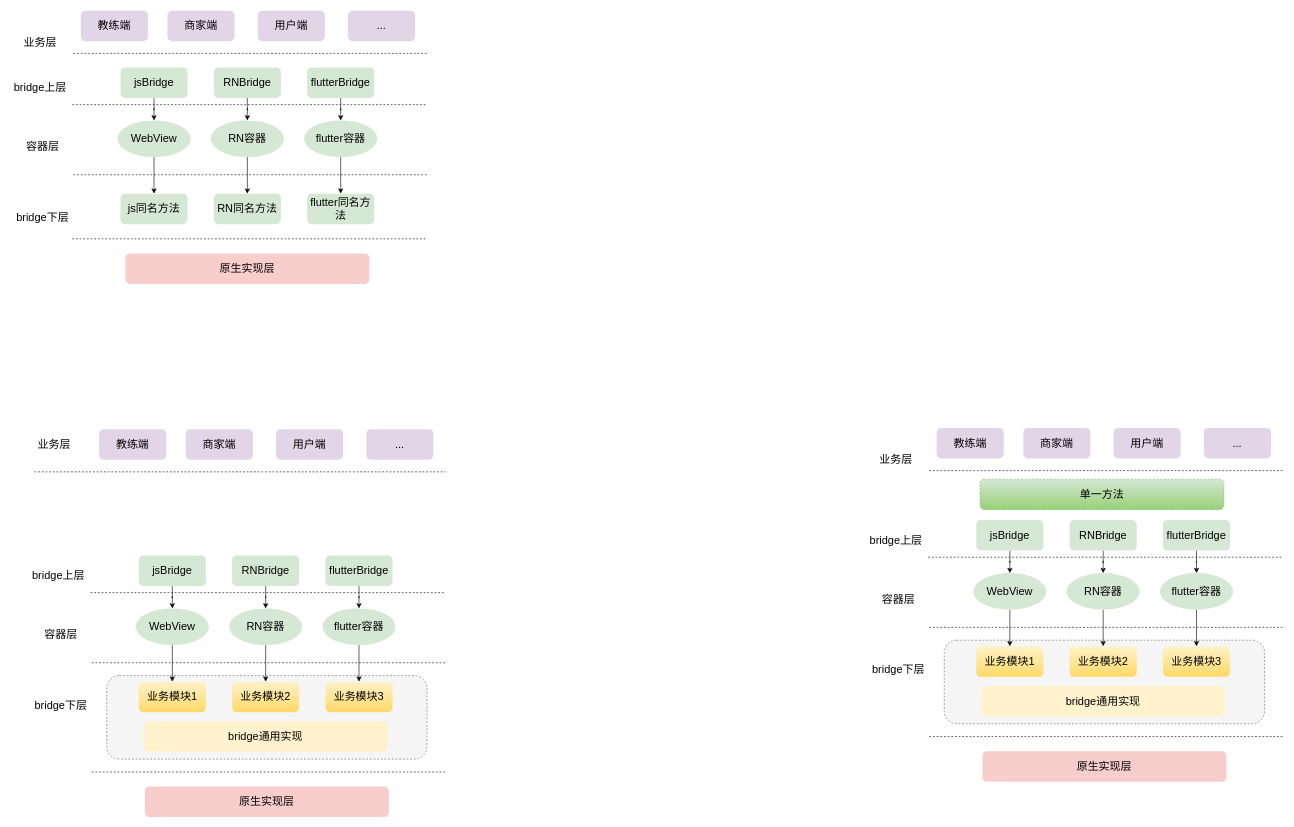
This is page "第 1 页" (1 of 3) of .drawio-chrome/通用bridge.drawio from yyht800/SiGuoYa, a draw.io file, before an edit. Source tidied: cells renumbered, new cells numbered last; positions are measured from the earlier drawing's top-left corner, leaving out a move shared by most shapes. Both pictures are drawn from the tidied source at 61%, with x=0, y=0 at pixel (10, 10).
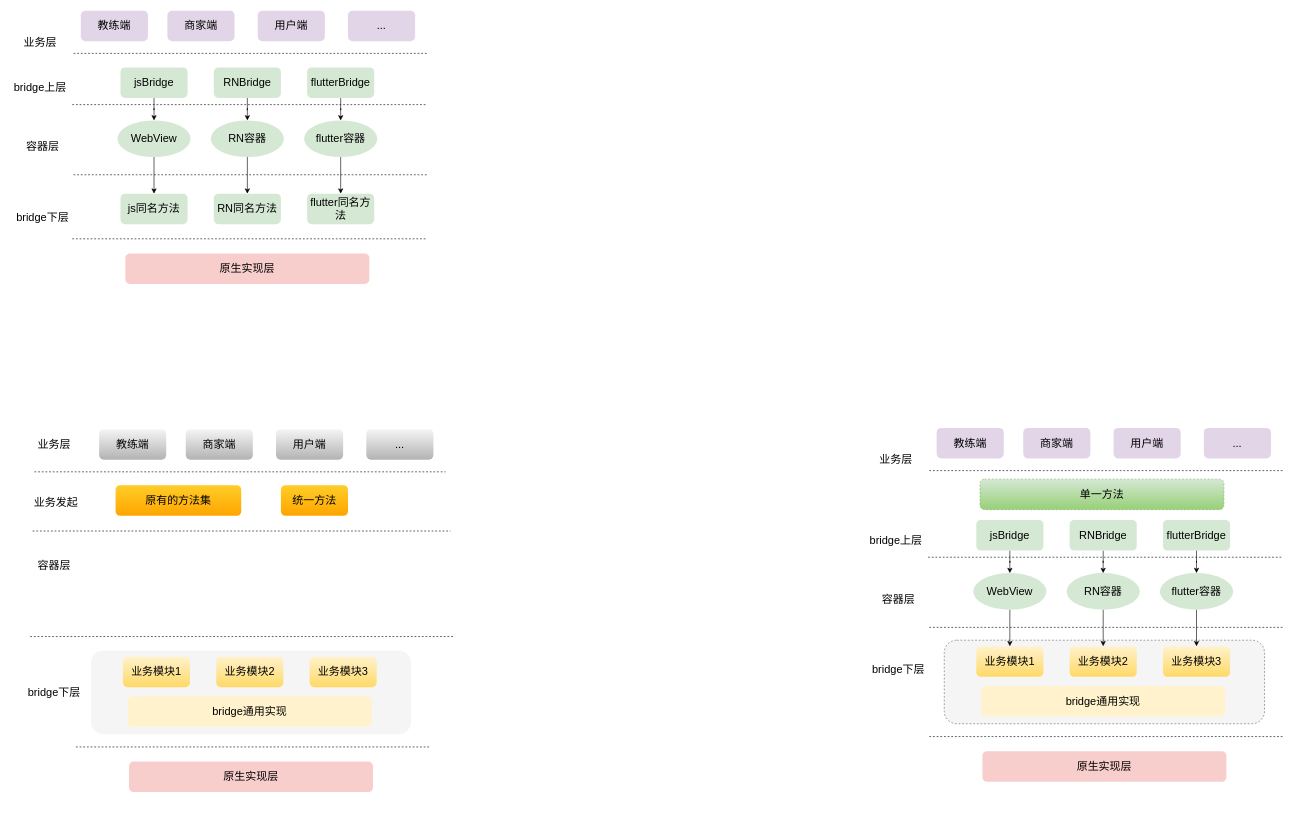
The same diagram, later.

What changed in the source:
```diff
@@
-    <mxCell id="2" style="rounded=1;whiteSpace=wrap;html=1;dashed=1;fontSize=18;strokeWidth=1;fillColor=#f5f5f5;strokeColor=#666666;fontColor=#333333;" parent="1" vertex="1">
-      <mxGeometry x="157.5" y="1090" width="525" height="137" as="geometry" />
+    <mxCell id="2" style="rounded=1;whiteSpace=wrap;html=1;dashed=1;fontSize=18;strokeWidth=1;fillColor=#f5f5f5;strokeColor=none;fontColor=#333333;" parent="1" vertex="1">
+      <mxGeometry x="131.5" y="1049" width="525" height="137" as="geometry" />
     </mxCell>
@@
-    <mxCell id="33" value="教练端" style="rounded=1;whiteSpace=wrap;html=1;dashed=1;fontSize=18;strokeWidth=1;strokeColor=none;fillColor=#e1d5e7;" parent="1" vertex="1">
+    <mxCell id="33" value="教练端" style="rounded=1;whiteSpace=wrap;html=1;dashed=1;fontSize=18;strokeWidth=1;strokeColor=none;fillColor=#f5f5f5;gradientColor=#b3b3b3;" parent="1" vertex="1">
       <mxGeometry x="145" y="686" width="110" height="50" as="geometry" />
     </mxCell>
-    <mxCell id="34" value="商家端" style="rounded=1;whiteSpace=wrap;html=1;dashed=1;fontSize=18;strokeWidth=1;strokeColor=none;fillColor=#e1d5e7;" parent="1" vertex="1">
+    <mxCell id="34" value="商家端" style="rounded=1;whiteSpace=wrap;html=1;dashed=1;fontSize=18;strokeWidth=1;strokeColor=none;fillColor=#f5f5f5;gradientColor=#b3b3b3;" parent="1" vertex="1">
       <mxGeometry x="287" y="686" width="110" height="50" as="geometry" />
     </mxCell>
-    <mxCell id="35" value="用户端" style="rounded=1;whiteSpace=wrap;html=1;dashed=1;fontSize=18;strokeWidth=1;strokeColor=none;fillColor=#e1d5e7;" parent="1" vertex="1">
+    <mxCell id="35" value="用户端" style="rounded=1;whiteSpace=wrap;html=1;dashed=1;fontSize=18;strokeWidth=1;strokeColor=none;fillColor=#f5f5f5;gradientColor=#b3b3b3;" parent="1" vertex="1">
       <mxGeometry x="435" y="686" width="110" height="50" as="geometry" />
     </mxCell>
-    <mxCell id="36" value="..." style="rounded=1;whiteSpace=wrap;html=1;dashed=1;fontSize=18;strokeWidth=1;strokeColor=none;fillColor=#e1d5e7;" parent="1" vertex="1">
+    <mxCell id="36" value="..." style="rounded=1;whiteSpace=wrap;html=1;dashed=1;fontSize=18;strokeWidth=1;strokeColor=none;fillColor=#f5f5f5;gradientColor=#b3b3b3;" parent="1" vertex="1">
       <mxGeometry x="583" y="686" width="110" height="50" as="geometry" />
     </mxCell>
-    <mxCell id="37" value="bridge上层" style="text;html=1;align=center;verticalAlign=middle;strokeColor=none;fillColor=none;fontSize=18;" parent="1" vertex="1">
-      <mxGeometry x="30" y="913" width="96" height="26" as="geometry" />
-    </mxCell>
-    <mxCell id="38" style="line;strokeWidth=1;html=1;dashed=1;" parent="1" vertex="1">
-      <mxGeometry x="131" y="949" width="580" height="10" as="geometry" />
-    </mxCell>
-    <mxCell id="39" style="edgeStyle=orthogonalEdgeStyle;rounded=0;jettySize=auto;html=1;fontSize=18;startArrow=none;startFill=0;" parent="1" edge="1" source="40" target="46">
-      <mxGeometry relative="1" as="geometry" />
-    </mxCell>
-    <mxCell id="40" value="jsBridge" style="rounded=1;whiteSpace=wrap;html=1;dashed=1;fontSize=18;strokeWidth=1;strokeColor=none;fillColor=#d5e8d4;" parent="1" vertex="1">
-      <mxGeometry x="210" y="893" width="110" height="50" as="geometry" />
-    </mxCell>
-    <mxCell id="41" style="edgeStyle=orthogonalEdgeStyle;rounded=0;jettySize=auto;html=1;fontSize=18;startArrow=none;startFill=0;" parent="1" edge="1" source="42" target="48">
-      <mxGeometry relative="1" as="geometry" />
-    </mxCell>
-    <mxCell id="42" value="RNBridge" style="rounded=1;whiteSpace=wrap;html=1;dashed=1;fontSize=18;strokeWidth=1;strokeColor=none;fillColor=#d5e8d4;" parent="1" vertex="1">
-      <mxGeometry x="363" y="893" width="110" height="50" as="geometry" />
-    </mxCell>
-    <mxCell id="43" style="edgeStyle=orthogonalEdgeStyle;rounded=0;jettySize=auto;html=1;fontSize=18;startArrow=none;startFill=0;" parent="1" edge="1" source="44" target="50">
-      <mxGeometry relative="1" as="geometry" />
-    </mxCell>
-    <mxCell id="44" value="flutterBridge" style="rounded=1;whiteSpace=wrap;html=1;dashed=1;fontSize=18;strokeWidth=1;strokeColor=none;fillColor=#d5e8d4;" parent="1" vertex="1">
-      <mxGeometry x="516" y="893" width="110" height="50" as="geometry" />
-    </mxCell>
-    <mxCell id="45" style="edgeStyle=orthogonalEdgeStyle;rounded=0;jettySize=auto;html=1;fontSize=18;startArrow=none;startFill=0;" parent="1" edge="1" source="46" target="55">
-      <mxGeometry relative="1" as="geometry" />
-    </mxCell>
-    <mxCell id="46" value="WebView" style="ellipse;whiteSpace=wrap;html=1;fontSize=18;fillColor=#d5e8d4;strokeColor=none;rounded=1;dashed=1;strokeWidth=1;" parent="1" vertex="1">
-      <mxGeometry x="205" y="980" width="120" height="60" as="geometry" />
-    </mxCell>
-    <mxCell id="47" style="edgeStyle=orthogonalEdgeStyle;rounded=0;jettySize=auto;html=1;fontSize=18;startArrow=none;startFill=0;" parent="1" edge="1" source="48" target="56">
-      <mxGeometry relative="1" as="geometry" />
-    </mxCell>
-    <mxCell id="48" value="RN容器" style="ellipse;whiteSpace=wrap;html=1;fontSize=18;fillColor=#d5e8d4;strokeColor=none;rounded=1;dashed=1;strokeWidth=1;" parent="1" vertex="1">
-      <mxGeometry x="358" y="980" width="120" height="60" as="geometry" />
-    </mxCell>
-    <mxCell id="49" style="edgeStyle=orthogonalEdgeStyle;rounded=0;jettySize=auto;html=1;fontSize=18;startArrow=none;startFill=0;" parent="1" edge="1" source="50" target="57">
-      <mxGeometry relative="1" as="geometry" />
-    </mxCell>
-    <mxCell id="50" value="flutter容器" style="ellipse;whiteSpace=wrap;html=1;fontSize=18;fillColor=#d5e8d4;strokeColor=none;rounded=1;dashed=1;strokeWidth=1;" parent="1" vertex="1">
-      <mxGeometry x="511" y="980" width="120" height="60" as="geometry" />
-    </mxCell>
     <mxCell id="51" style="line;strokeWidth=1;html=1;dashed=1;" parent="1" vertex="1">
-      <mxGeometry x="133" y="1064" width="580" height="10" as="geometry" />
+      <mxGeometry x="32" y="1021" width="693" height="10" as="geometry" />
     </mxCell>
-    <mxCell id="52" value="容器层" style="text;html=1;align=center;verticalAlign=middle;strokeColor=none;fillColor=none;fontSize=18;" parent="1" vertex="1">
-      <mxGeometry x="50" y="1010" width="64" height="26" as="geometry" />
-    </mxCell>
     <mxCell id="53" value="bridge下层" style="text;html=1;align=center;verticalAlign=middle;strokeColor=none;fillColor=none;fontSize=18;" parent="1" vertex="1">
-      <mxGeometry x="34" y="1126" width="96" height="26" as="geometry" />
+      <mxGeometry x="23" y="1104.5" width="96" height="26" as="geometry" />
     </mxCell>
     <mxCell id="54" style="line;strokeWidth=1;html=1;dashed=1;" parent="1" vertex="1">
-      <mxGeometry x="133" y="1243" width="580" height="10" as="geometry" />
+      <mxGeometry x="107" y="1202" width="580" height="10" as="geometry" />
     </mxCell>
     <mxCell id="55" value="业务模块1" style="rounded=1;whiteSpace=wrap;html=1;dashed=1;fontSize=18;strokeWidth=1;strokeColor=none;fillColor=#fff2cc;gradientColor=#ffd966;" parent="1" vertex="1">
-      <mxGeometry x="210" y="1100" width="110" height="50" as="geometry" />
+      <mxGeometry x="184" y="1059" width="110" height="50" as="geometry" />
     </mxCell>
     <mxCell id="56" value="业务模块2" style="rounded=1;whiteSpace=wrap;html=1;dashed=1;fontSize=18;strokeWidth=1;strokeColor=none;fillColor=#fff2cc;gradientColor=#ffd966;" parent="1" vertex="1">
-      <mxGeometry x="363" y="1100" width="110" height="50" as="geometry" />
+      <mxGeometry x="337" y="1059" width="110" height="50" as="geometry" />
     </mxCell>
     <mxCell id="57" value="业务模块3" style="rounded=1;whiteSpace=wrap;html=1;dashed=1;fontSize=18;strokeWidth=1;strokeColor=none;fillColor=#fff2cc;gradientColor=#ffd966;" parent="1" vertex="1">
-      <mxGeometry x="516" y="1100" width="110" height="50" as="geometry" />
+      <mxGeometry x="490" y="1059" width="110" height="50" as="geometry" />
     </mxCell>
     <mxCell id="58" value="原生实现层" style="rounded=1;whiteSpace=wrap;html=1;dashed=1;fontSize=18;strokeWidth=1;strokeColor=none;fillColor=#f8cecc;" parent="1" vertex="1">
-      <mxGeometry x="220" y="1272" width="400" height="50" as="geometry" />
+      <mxGeometry x="194" y="1231" width="400" height="50" as="geometry" />
     </mxCell>
     <mxCell id="59" value="bridge通用实现" style="rounded=1;whiteSpace=wrap;html=1;dashed=1;fontSize=18;strokeWidth=1;strokeColor=none;fillColor=#fff2cc;" parent="1" vertex="1">
-      <mxGeometry x="218" y="1165" width="400" height="50" as="geometry" />
+      <mxGeometry x="192" y="1124" width="400" height="50" as="geometry" />
     </mxCell>
@@
+    <mxCell id="91" style="line;strokeWidth=1;html=1;dashed=1;" parent="1" vertex="1">
+      <mxGeometry x="36" y="848" width="685" height="10" as="geometry" />
+    </mxCell>
+    <mxCell id="92" value="业务发起" style="text;html=1;align=center;verticalAlign=middle;strokeColor=none;fillColor=none;fontSize=18;" parent="1" vertex="1">
+      <mxGeometry x="33" y="794" width="82" height="26" as="geometry" />
+    </mxCell>
+    <mxCell id="93" value="原有的方法集" style="rounded=1;whiteSpace=wrap;html=1;dashed=1;fontSize=18;strokeWidth=1;strokeColor=none;fillColor=#ffcd28;gradientColor=#ffa500;" parent="1" vertex="1">
+      <mxGeometry x="172" y="778" width="206" height="50" as="geometry" />
+    </mxCell>
+    <mxCell id="94" value="统一方法" style="rounded=1;whiteSpace=wrap;html=1;dashed=1;fontSize=18;strokeWidth=1;strokeColor=none;fillColor=#ffcd28;gradientColor=#ffa500;" parent="1" vertex="1">
+      <mxGeometry x="443" y="778" width="110" height="50" as="geometry" />
+    </mxCell>
+    <mxCell id="52" value="容器层" style="text;html=1;align=center;verticalAlign=middle;strokeColor=none;fillColor=none;fontSize=18;" parent="1" vertex="1">
+      <mxGeometry x="39" y="897" width="64" height="26" as="geometry" />
+    </mxCell>
```
